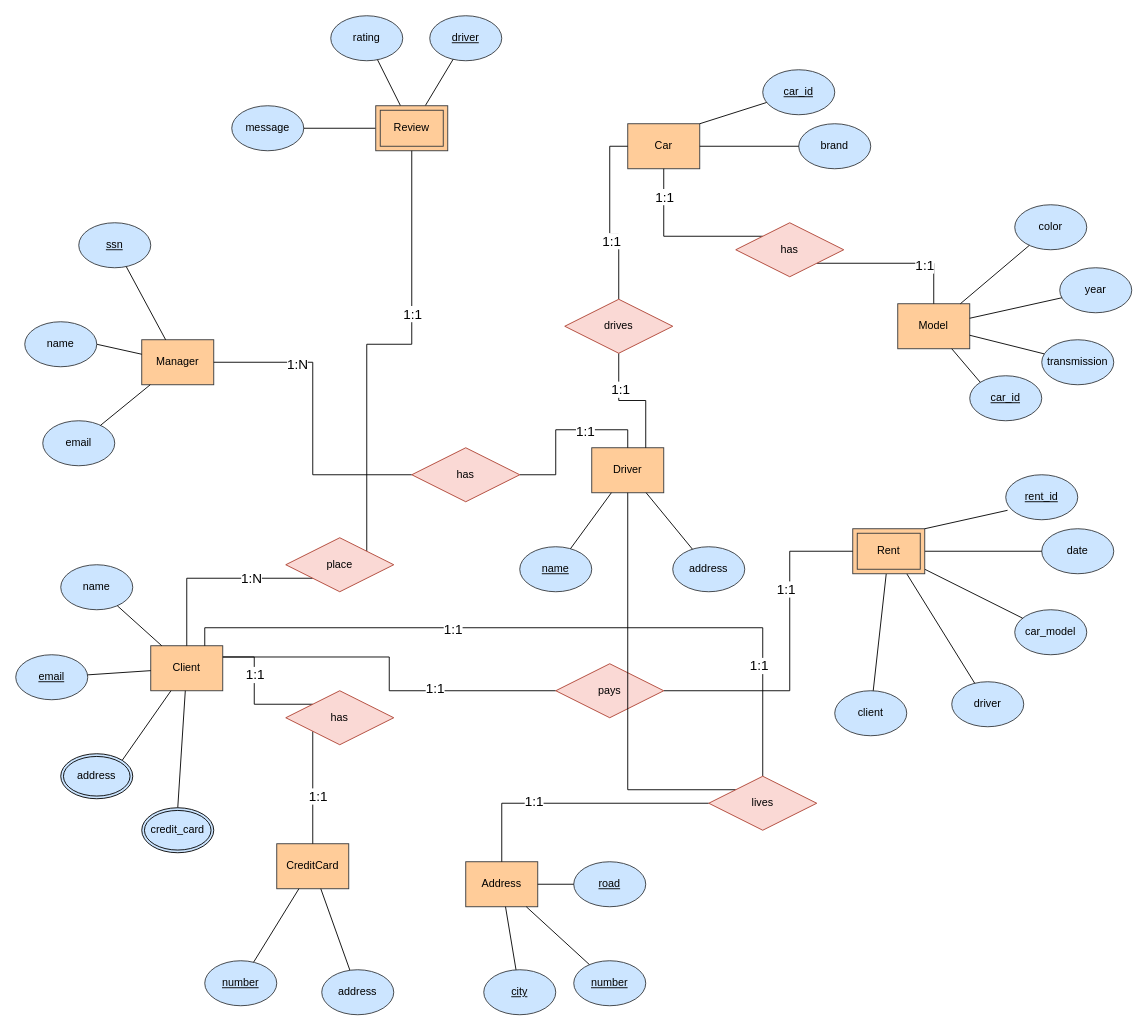
Above: 480-ER-Diagram.drawio in p-rinceS/CS-480-Project (draw.io), before the change. Source tidied: cells renumbered, new cells numbered last; positions are measured from the earlier drawing's top-left corner, leaving out a move shared by most shapes. Both pictures are drawn from the tidied source at 90%, with x=0, y=0 at pixel (15, 15).
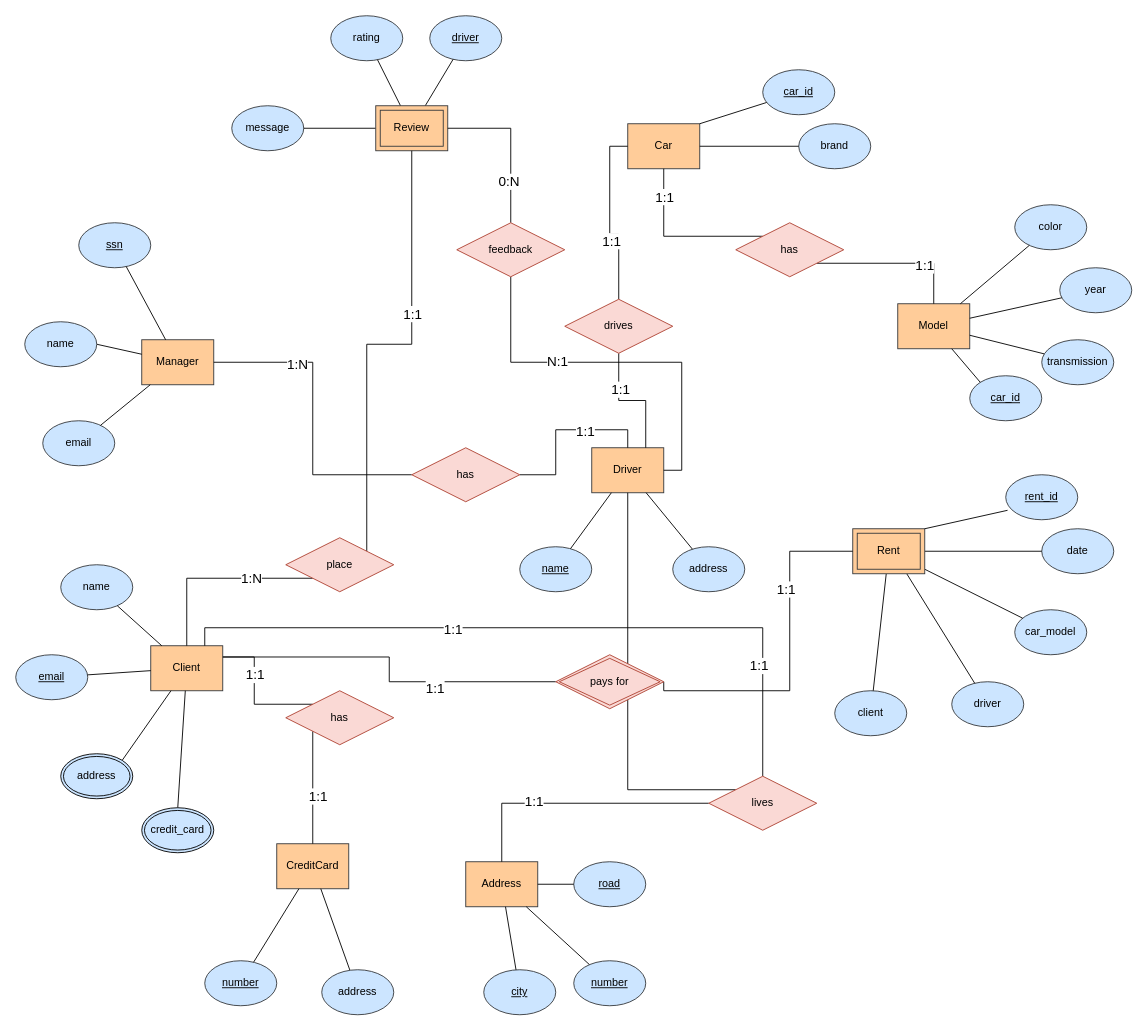
After the change.

Unchanged cells that the change refers to:
```xml
<mxCell id="4" value="Client" style="whiteSpace=wrap;html=1;fillColor=#ffcc99;strokeColor=#36393d;" parent="1" vertex="1">
  <mxGeometry x="150" y="700" width="80" height="50" as="geometry" />
</mxCell>
<mxCell id="5" value="Driver" style="whiteSpace=wrap;html=1;fillColor=#ffcc99;strokeColor=#36393d;" parent="1" vertex="1">
  <mxGeometry x="640" y="480" width="80" height="50" as="geometry" />
</mxCell>
<mxCell id="57" value="Rent" style="shape=ext;margin=3;double=1;whiteSpace=wrap;html=1;align=center;fillColor=#ffcc99;strokeColor=#36393d;" parent="1" vertex="1">
  <mxGeometry x="930" y="570" width="80" height="50" as="geometry" />
</mxCell>
<mxCell id="58" value="Review" style="shape=ext;margin=3;double=1;whiteSpace=wrap;html=1;align=center;fillColor=#ffcc99;strokeColor=#36393d;" parent="1" vertex="1">
  <mxGeometry x="400" y="100" width="80" height="50" as="geometry" />
</mxCell>
```

The edit, as a diff of the source:
```diff
@@
-    <mxCell id="3" style="edgeStyle=orthogonalEdgeStyle;rounded=0;jettySize=auto;html=1;exitX=1;exitY=0.25;exitDx=0;exitDy=0;entryX=0;entryY=0.5;entryDx=0;entryDy=0;endArrow=none;startFill=0;" parent="1" edge="1" source="4" target="94">
+    <mxCell id="3" style="edgeStyle=orthogonalEdgeStyle;rounded=0;jettySize=auto;html=1;exitX=1;exitY=0.25;exitDx=0;exitDy=0;entryX=0;entryY=0.5;entryDx=0;entryDy=0;endArrow=none;startFill=0;" parent="1" edge="1" source="4" target="104">
       <mxGeometry relative="1" as="geometry" />
     </mxCell>
@@
-    <mxCell id="93" style="edgeStyle=orthogonalEdgeStyle;rounded=0;jettySize=auto;html=1;exitX=1;exitY=0.5;exitDx=0;exitDy=0;entryX=0;entryY=0.5;entryDx=0;entryDy=0;endArrow=none;startFill=0;" parent="1" edge="1" source="94" target="57">
+    <mxCell id="93" style="edgeStyle=orthogonalEdgeStyle;rounded=0;jettySize=auto;html=1;exitX=1;exitY=0.5;exitDx=0;exitDy=0;entryX=0;entryY=0.5;entryDx=0;entryDy=0;endArrow=none;startFill=0;" parent="1" edge="1" source="104" target="57">
       <mxGeometry relative="1" as="geometry">
         <Array as="points">
+          <mxPoint x="720" y="750" />
           <mxPoint x="860" y="750" />
           <mxPoint x="860" y="595" />
         </Array>
       </mxGeometry>
     </mxCell>
-    <mxCell id="94" value="pays" style="shape=rhombus;perimeter=rhombusPerimeter;whiteSpace=wrap;html=1;align=center;fillColor=#fad9d5;strokeColor=#ae4132;" parent="1" vertex="1">
-      <mxGeometry x="600" y="720" width="120" height="60" as="geometry" />
-    </mxCell>
@@
+    <mxCell id="104" value="pays for" style="shape=rhombus;double=1;perimeter=rhombusPerimeter;whiteSpace=wrap;html=1;align=center;fillColor=#fad9d5;strokeColor=#ae4132;" parent="1" vertex="1">
+      <mxGeometry x="600" y="710" width="120" height="60" as="geometry" />
+    </mxCell>
+    <mxCell id="105" style="edgeStyle=orthogonalEdgeStyle;rounded=0;jettySize=auto;html=1;exitX=0.5;exitY=0;exitDx=0;exitDy=0;entryX=1;entryY=0.5;entryDx=0;entryDy=0;endArrow=none;startFill=0;" parent="1" edge="1" source="107" target="58">
+      <mxGeometry relative="1" as="geometry" />
+    </mxCell>
+    <mxCell id="106" style="edgeStyle=orthogonalEdgeStyle;rounded=0;jettySize=auto;html=1;exitX=0.5;exitY=1;exitDx=0;exitDy=0;entryX=1;entryY=0.5;entryDx=0;entryDy=0;endArrow=none;startFill=0;" parent="1" edge="1" source="107" target="5">
+      <mxGeometry relative="1" as="geometry" />
+    </mxCell>
+    <mxCell id="107" value="feedback" style="shape=rhombus;perimeter=rhombusPerimeter;whiteSpace=wrap;html=1;align=center;fillColor=#fad9d5;strokeColor=#ae4132;" parent="1" vertex="1">
+      <mxGeometry x="490" y="230" width="120" height="60" as="geometry" />
+    </mxCell>
+    <mxCell id="108" value="N:1" style="edgeLabel;html=1;align=center;verticalAlign=middle;fontSize=15;" parent="1" vertex="1">
+      <mxGeometry x="610" y="394" as="geometry">
+        <mxPoint x="-9" y="-11" as="offset" />
+      </mxGeometry>
+    </mxCell>
+    <mxCell id="109" value="0:N" style="edgeLabel;html=1;align=center;verticalAlign=middle;fontSize=15;" parent="1" vertex="1">
+      <mxGeometry x="560" y="190" as="geometry">
+        <mxPoint x="-13" y="-7" as="offset" />
+      </mxGeometry>
+    </mxCell>
```
